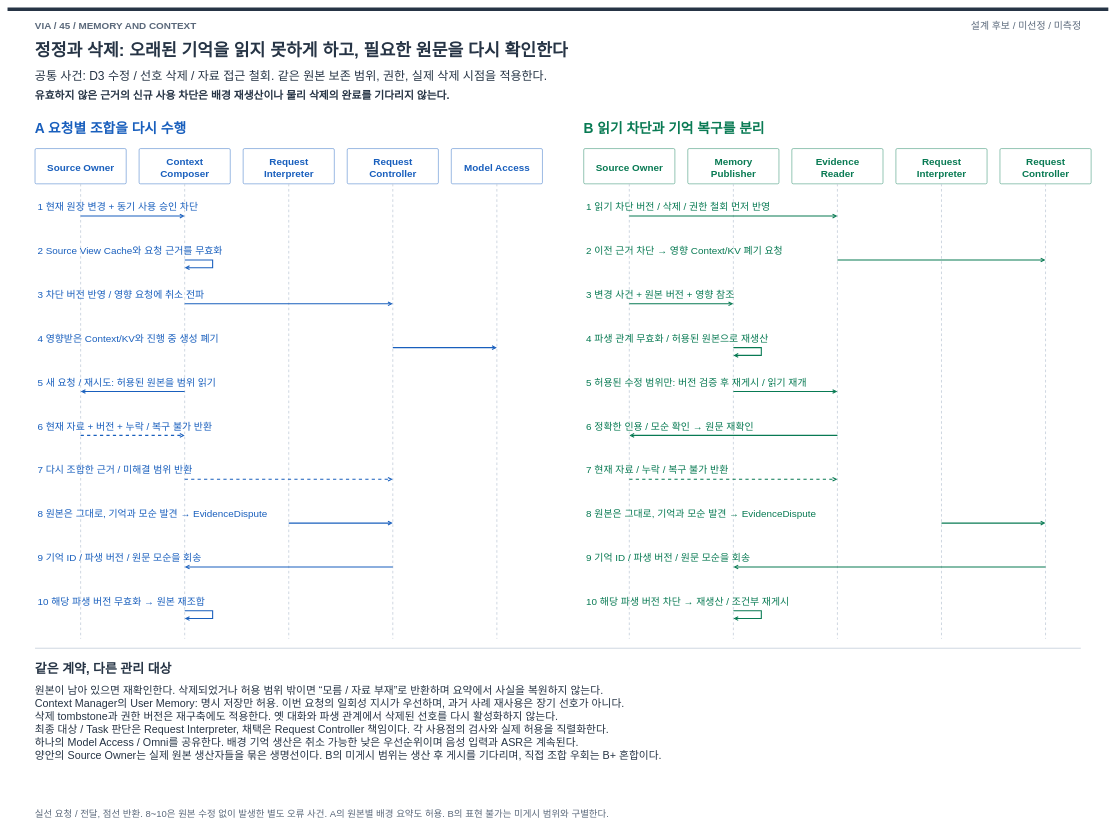
cbyche/via-sw-architecture keeps this draw.io diagram as docs/architecture/12-decisions/decision-packages/diagrams/choice45-lifecycle.drawio. Above is the earlier version. Source tidied: cells renumbered, new cells numbered last; positions are measured from the earlier drawing's top-left corner, leaving out a move shared by most shapes. Both pictures are drawn from the tidied source at 43%, with x=0, y=0 at pixel (7, 7).
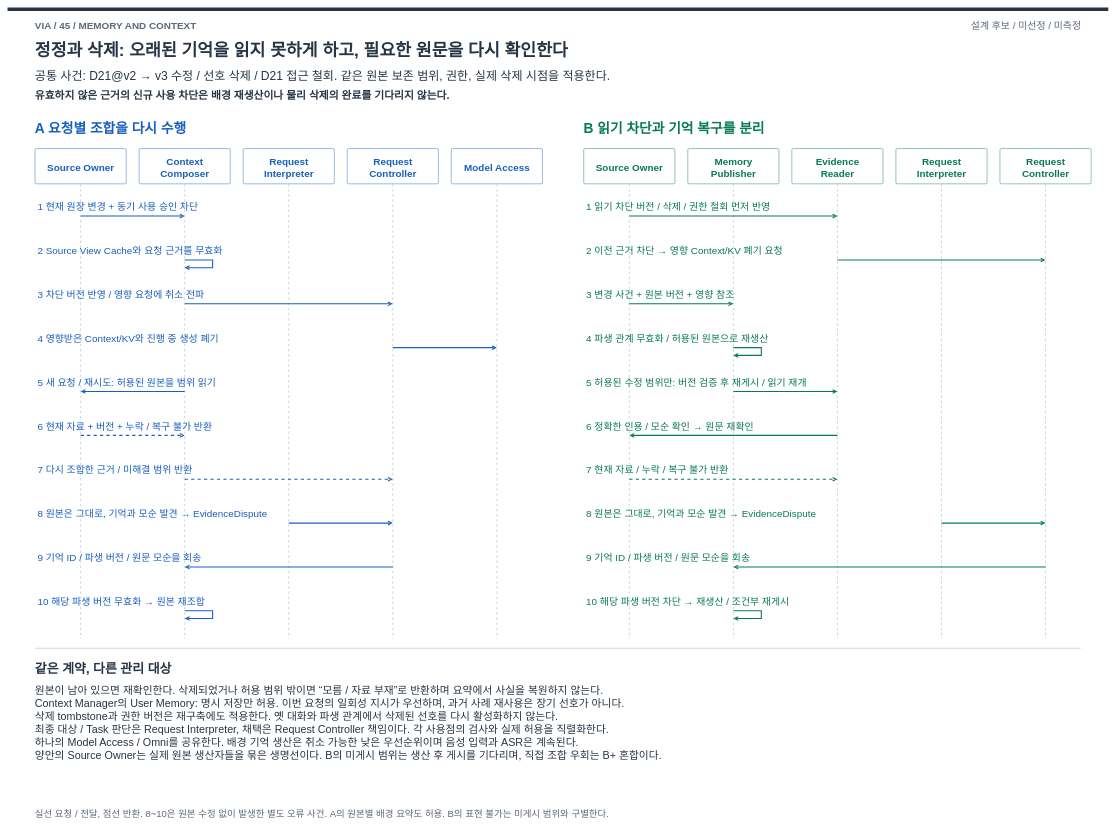
The same page after the edit.

The edit, as a diff of the source:
```diff
@@
-    <mxCell id="47" value="공통 사건: D3 수정 / 선호 삭제 / 자료 접근 철회. 같은 원본 보존 범위, 권한, 실제 삭제 시점을 적용한다." style="text;html=1;whiteSpace=nowrap;overflow=visible;strokeColor=none;fillColor=none;labelBackgroundColor=none;fontColor=#263445;fontSize=28;fontStyle=0;align=left;verticalAlign=top;spacing=0;" parent="1" vertex="1">
-      <mxGeometry x="64" y="138" width="1530.1" height="43.8" as="geometry" />
+    <mxCell id="47" value="공통 사건: D21@v2 → v3 수정 / 선호 삭제 / D21 접근 철회. 같은 원본 보존 범위, 권한, 실제 삭제 시점을 적용한다." style="text;html=1;whiteSpace=nowrap;overflow=visible;strokeColor=none;fillColor=none;labelBackgroundColor=none;fontColor=#263445;fontSize=28;fontStyle=0;align=left;verticalAlign=top;spacing=0;" parent="1" vertex="1">
+      <mxGeometry x="64" y="138" width="1682.4" height="43.8" as="geometry" />
     </mxCell>
```
